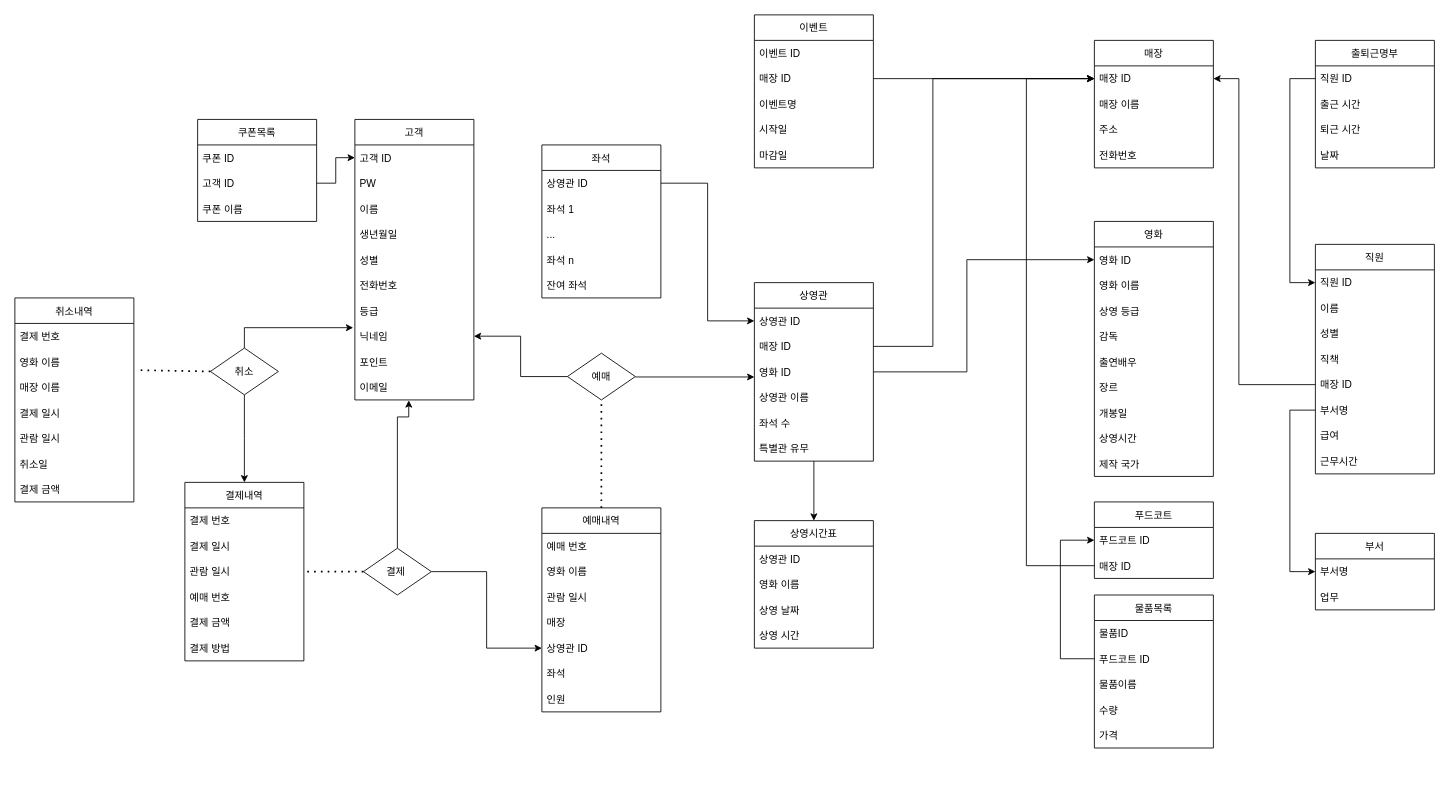
Before: 영화관 merged.drawio in chacha0707/db, a draw.io diagram. Source tidied: cells renumbered, new cells numbered last; positions are measured from the earlier drawing's top-left corner, leaving out a move shared by most shapes. Both pictures are drawn from the tidied source at 85%, with x=0, y=0 at pixel (14, 14).
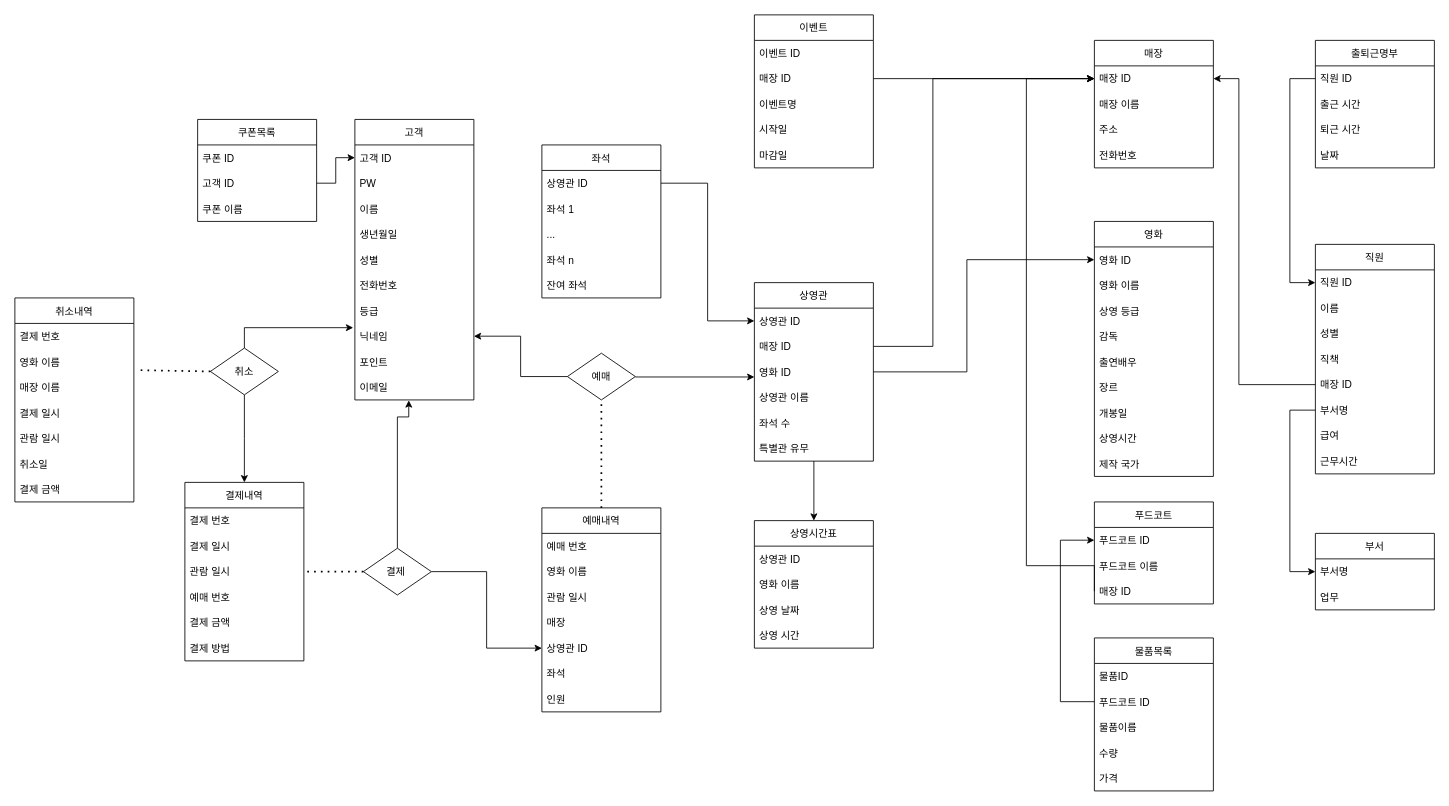
The same diagram, later.

Unchanged cells that the change refers to:
```xml
<mxCell id="113" value="푸드코트 ID" style="text;strokeColor=none;fillColor=none;align=left;verticalAlign=middle;spacingLeft=4;spacingRight=4;overflow=hidden;points=[[0,0.5],[1,0.5]];portConstraint=eastwest;" parent="112" vertex="1">
  <mxGeometry y="30" width="140" height="30" as="geometry" />
</mxCell>
<mxCell id="123" value="푸드코트 ID" style="text;strokeColor=none;fillColor=none;align=left;verticalAlign=middle;spacingLeft=4;spacingRight=4;overflow=hidden;points=[[0,0.5],[1,0.5]];portConstraint=eastwest;" parent="121" vertex="1">
  <mxGeometry y="60" width="140" height="30" as="geometry" />
</mxCell>
```

Diff of the diagram source:
```diff
@@
     <mxCell id="112" value="푸드코트" style="swimlane;fontStyle=0;horizontal=1;startSize=30;" parent="1" vertex="1">
-      <mxGeometry x="1270" y="573" width="140" height="90" as="geometry" />
+      <mxGeometry x="1270" y="573" width="140" height="120" as="geometry" />
     </mxCell>
@@
+    <mxCell id="128" value="푸드코트 이름" style="text;strokeColor=none;fillColor=none;align=left;verticalAlign=middle;spacingLeft=4;spacingRight=4;overflow=hidden;" parent="112" vertex="1">
+      <mxGeometry y="60" width="140" height="30" as="geometry" />
+    </mxCell>
     <mxCell id="114" value="매장 ID" style="text;strokeColor=none;fillColor=none;align=left;verticalAlign=middle;spacingLeft=4;spacingRight=4;overflow=hidden;points=[[0,0.5],[1,0.5]];portConstraint=eastwest;" parent="112" vertex="1">
-      <mxGeometry y="60" width="140" height="30" as="geometry" />
+      <mxGeometry y="90" width="140" height="30" as="geometry" />
     </mxCell>
@@
     <mxCell id="121" value="물품목록" style="swimlane;fontStyle=0;horizontal=1;startSize=30;" parent="1" vertex="1">
-      <mxGeometry x="1270" y="682.5" width="140" height="180" as="geometry" />
+      <mxGeometry x="1270" y="733" width="140" height="180" as="geometry" />
     </mxCell>
@@
     <mxCell id="127" style="edgeStyle=orthogonalEdgeStyle;rounded=0;jettySize=auto;html=1;exitX=0;exitY=0.5;exitDx=0;exitDy=0;entryX=0;entryY=0.5;entryDx=0;entryDy=0;" parent="1" edge="1" source="123" target="113">
       <mxGeometry relative="1" as="geometry">
         <Array as="points">
-          <mxPoint x="1230" y="758" />
+          <mxPoint x="1230" y="808" />
           <mxPoint x="1230" y="618" />
         </Array>
       </mxGeometry>
     </mxCell>
```
